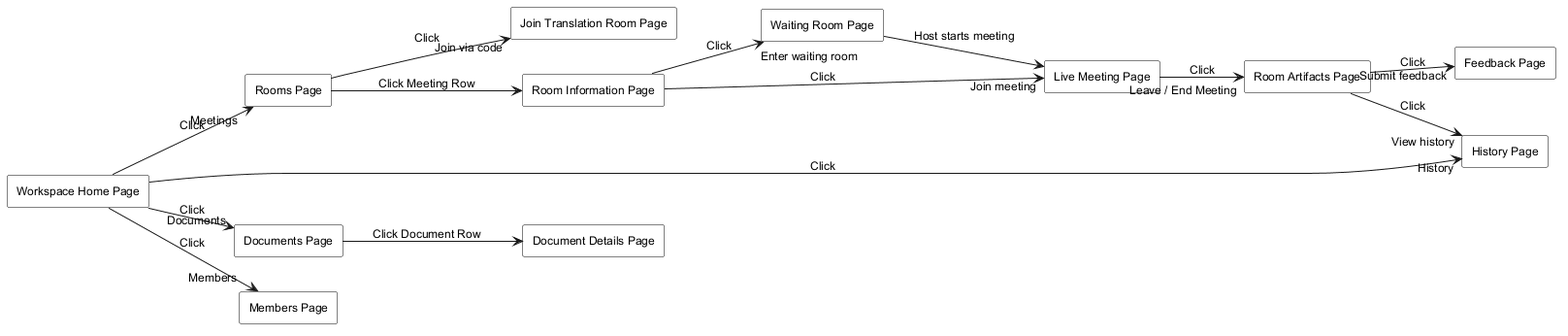
Before: .agents/resources/screen flow/05-workspace-member-screen-flow.png, a diagram exported from PlantUML (WarpTalk-CapstoneProject/warptalk-backend). Source of this version:
```plantuml
@startuml
skinparam monochrome true
skinparam shadowing false
skinparam defaultFontName Arial
skinparam defaultFontSize 12
skinparam rectangle {
  BackgroundColor white
  BorderColor black
}
left to right direction

rectangle "Workspace Home Page" as WorkspaceHomePage
rectangle "Rooms Page" as RoomsPage
rectangle "Join Translation Room Page" as JoinTranslationRoomPage
rectangle "Room Information Page" as RoomInformationPage
rectangle "Waiting Room Page" as WaitingRoomPage
rectangle "Live Meeting Page" as LiveMeetingPage
rectangle "Room Artifacts Page" as RoomArtifactsPage
rectangle "Feedback Page" as FeedbackPage
rectangle "History Page" as HistoryPage
rectangle "Documents Page" as DocumentsPage
rectangle "Document Details Page" as DocumentDetailsPage
rectangle "Members Page" as MembersPage

WorkspaceHomePage --> RoomsPage : Click "Meetings"
WorkspaceHomePage --> HistoryPage : Click "History"
WorkspaceHomePage --> DocumentsPage : Click "Documents"
WorkspaceHomePage --> MembersPage : Click "Members"

RoomsPage --> JoinTranslationRoomPage : Click "Join via code"
RoomsPage --> RoomInformationPage : Click Meeting Row

RoomInformationPage --> WaitingRoomPage : Click "Enter waiting room"
RoomInformationPage --> LiveMeetingPage : Click "Join meeting"
WaitingRoomPage --> LiveMeetingPage : Host starts meeting

LiveMeetingPage --> RoomArtifactsPage : Click "Leave / End Meeting"
RoomArtifactsPage --> FeedbackPage : Click "Submit feedback"
RoomArtifactsPage --> HistoryPage : Click "View history"

DocumentsPage --> DocumentDetailsPage : Click Document Row

@enduml
```
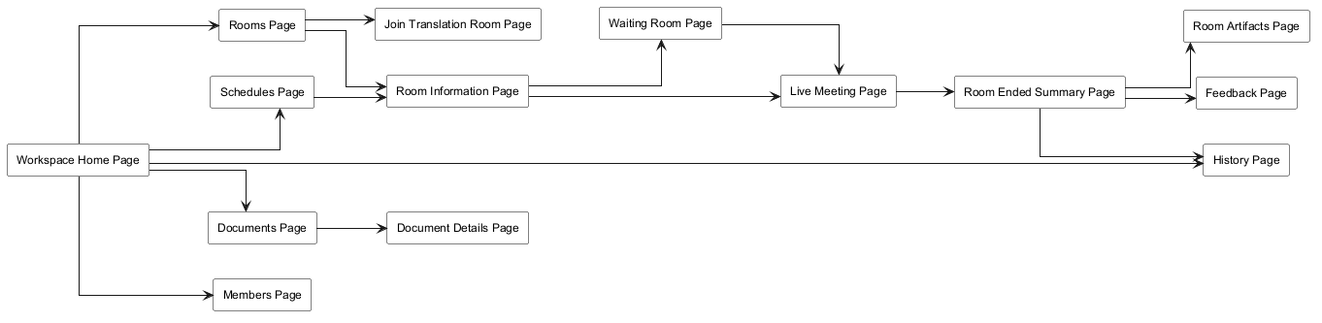
After the commit.

Change to the diagram source:
```diff
@@ -1,6 +1,7 @@
 @startuml
 skinparam monochrome true
 skinparam shadowing false
+skinparam linetype ortho
 skinparam defaultFontName Arial
 skinparam defaultFontSize 12
 skinparam rectangle {
@@ -11,10 +12,12 @@
 
 rectangle "Workspace Home Page" as WorkspaceHomePage
 rectangle "Rooms Page" as RoomsPage
+rectangle "Schedules Page" as SchedulesPage
 rectangle "Join Translation Room Page" as JoinTranslationRoomPage
 rectangle "Room Information Page" as RoomInformationPage
 rectangle "Waiting Room Page" as WaitingRoomPage
 rectangle "Live Meeting Page" as LiveMeetingPage
+rectangle "Room Ended Summary Page" as RoomEndedSummaryPage
 rectangle "Room Artifacts Page" as RoomArtifactsPage
 rectangle "Feedback Page" as FeedbackPage
 rectangle "History Page" as HistoryPage
@@ -22,22 +25,25 @@
 rectangle "Document Details Page" as DocumentDetailsPage
 rectangle "Members Page" as MembersPage
 
-WorkspaceHomePage --> RoomsPage : Click "Meetings"
-WorkspaceHomePage --> HistoryPage : Click "History"
-WorkspaceHomePage --> DocumentsPage : Click "Documents"
-WorkspaceHomePage --> MembersPage : Click "Members"
+WorkspaceHomePage --> RoomsPage
+WorkspaceHomePage --> SchedulesPage
+WorkspaceHomePage --> HistoryPage
+WorkspaceHomePage --> DocumentsPage
+WorkspaceHomePage --> MembersPage
 
-RoomsPage --> JoinTranslationRoomPage : Click "Join via code"
-RoomsPage --> RoomInformationPage : Click Meeting Row
+RoomsPage --> JoinTranslationRoomPage
+RoomsPage --> RoomInformationPage
+SchedulesPage --> RoomInformationPage
 
-RoomInformationPage --> WaitingRoomPage : Click "Enter waiting room"
-RoomInformationPage --> LiveMeetingPage : Click "Join meeting"
-WaitingRoomPage --> LiveMeetingPage : Host starts meeting
+RoomInformationPage --> WaitingRoomPage
+RoomInformationPage --> LiveMeetingPage
+WaitingRoomPage --> LiveMeetingPage
 
-LiveMeetingPage --> RoomArtifactsPage : Click "Leave / End Meeting"
-RoomArtifactsPage --> FeedbackPage : Click "Submit feedback"
-RoomArtifactsPage --> HistoryPage : Click "View history"
+LiveMeetingPage --> RoomEndedSummaryPage
+RoomEndedSummaryPage --> RoomArtifactsPage
+RoomEndedSummaryPage --> FeedbackPage
+RoomEndedSummaryPage --> HistoryPage
 
-DocumentsPage --> DocumentDetailsPage : Click Document Row
+DocumentsPage --> DocumentDetailsPage
 
 @enduml
```
